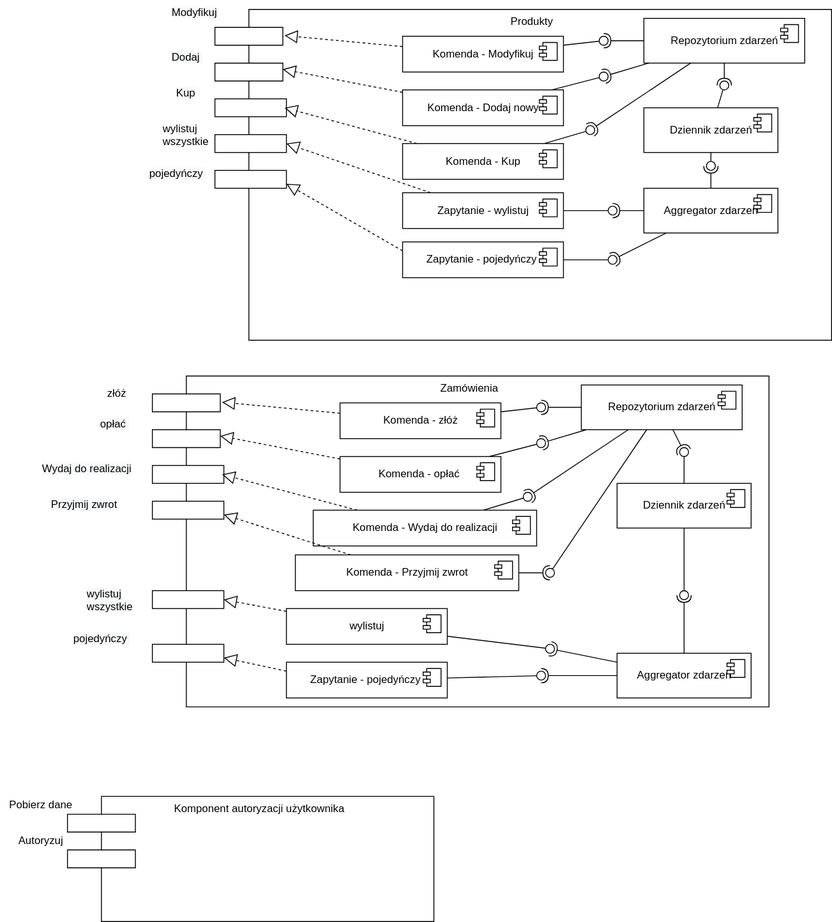
The draw.io diagram docs/pictures/DiagramKomponentow.svg in pixellos/agh.6.sr.to_node_1, before a commit. Source tidied: cells renumbered, new cells last; positions are measured from the earlier drawing's top-left corner, leaving out a move shared by most shapes.
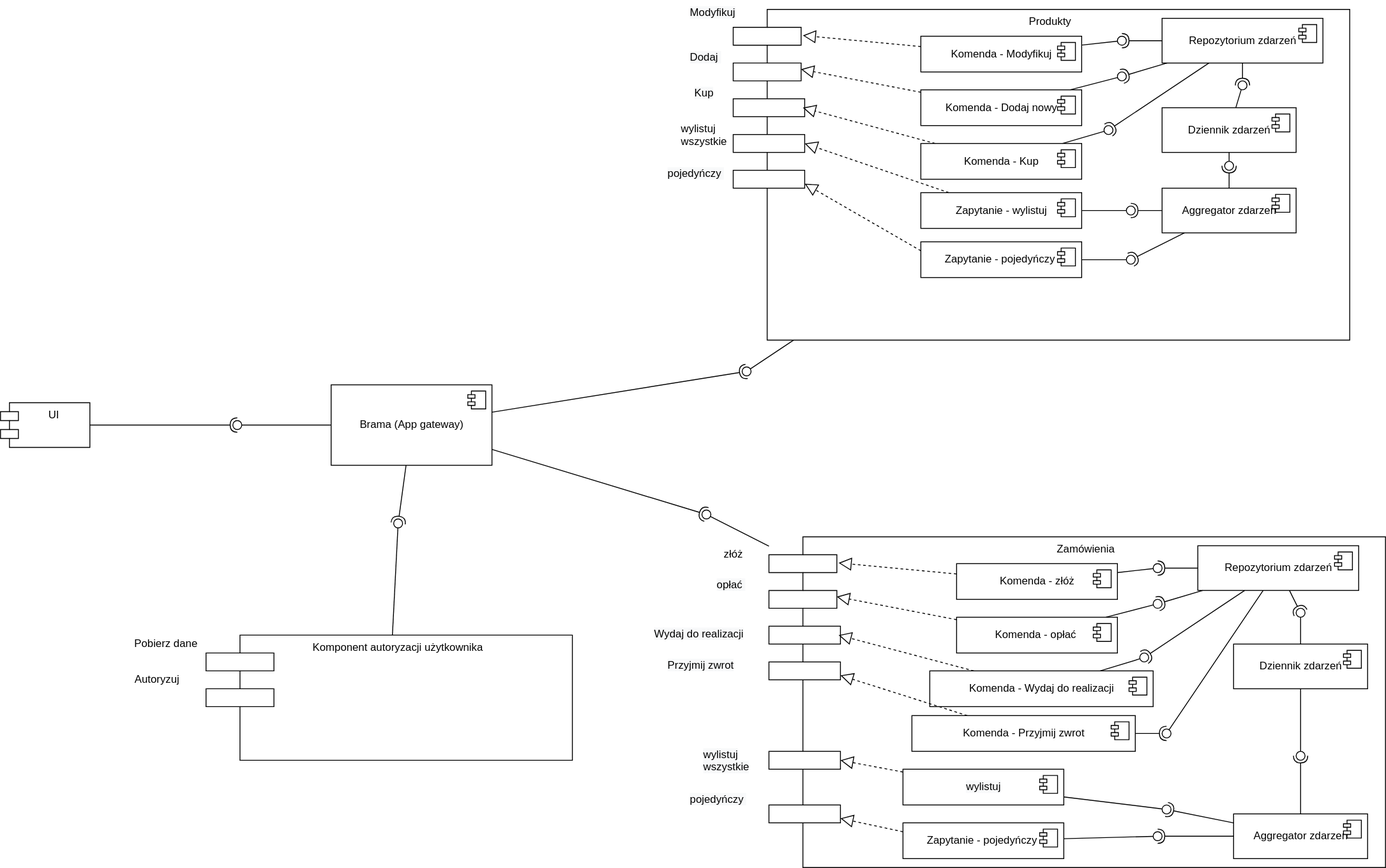
After the change.

Diff of the diagram source:
```diff
@@ -3,7 +3,7 @@
     <mxCell id="0" />
     <mxCell id="1" parent="0" />
     <mxCell id="2" value="Produkty" style="shape=module;align=left;spacingLeft=20;align=center;verticalAlign=top;jettyWidth=76;jettyHeight=20;" parent="1" vertex="1">
-      <mxGeometry x="240" y="10" width="690" height="370" as="geometry" />
+      <mxGeometry x="130" y="-170" width="690" height="370" as="geometry" />
     </mxCell>
     <mxCell id="3" style="rounded=0;whiteSpace=wrap;html=1;" parent="1" vertex="1">
       <mxGeometry x="460" y="630" width="70" height="30" as="geometry" />
@@ -12,7 +12,7 @@
       <mxGeometry x="460" y="690" width="70" height="30" as="geometry" />
     </mxCell>
     <mxCell id="5" value="Dziennik&amp;nbsp;zdarzeń" style="html=1;" parent="1" vertex="1">
-      <mxGeometry x="720" y="120" width="150" height="50" as="geometry" />
+      <mxGeometry x="610" y="-60" width="150" height="50" as="geometry" />
     </mxCell>
     <mxCell id="6" style="shape=module;jettyWidth=8;jettyHeight=4;" parent="5" vertex="1">
       <mxGeometry x="1" width="20" height="20" relative="1" as="geometry">
@@ -20,7 +20,7 @@
       </mxGeometry>
     </mxCell>
     <mxCell id="7" value="Aggregator zdarzeń" style="html=1;" parent="1" vertex="1">
-      <mxGeometry x="720" y="210" width="150" height="50" as="geometry" />
+      <mxGeometry x="610" y="30" width="150" height="50" as="geometry" />
     </mxCell>
     <mxCell id="8" style="shape=module;jettyWidth=8;jettyHeight=4;" parent="7" vertex="1">
       <mxGeometry x="1" width="20" height="20" relative="1" as="geometry">
@@ -34,10 +34,10 @@
       <mxGeometry relative="1" as="geometry" />
     </mxCell>
     <mxCell id="11" style="ellipse;whiteSpace=wrap;html=1;fontFamily=Helvetica;fontSize=12;fontColor=#000000;align=center;strokeColor=#000000;fillColor=#ffffff;points=[];" parent="1" vertex="1">
-      <mxGeometry x="790" y="180" width="10" height="10" as="geometry" />
+      <mxGeometry x="680" width="10" height="10" as="geometry" />
     </mxCell>
     <mxCell id="12" value="Repozytorium zdarzeń" style="html=1;" parent="1" vertex="1">
-      <mxGeometry x="720" y="20" width="180" height="50" as="geometry" />
+      <mxGeometry x="610" y="-160" width="180" height="50" as="geometry" />
     </mxCell>
     <mxCell id="13" style="shape=module;jettyWidth=8;jettyHeight=4;" parent="12" vertex="1">
       <mxGeometry x="1" width="20" height="20" relative="1" as="geometry">
@@ -51,10 +51,10 @@
       <mxGeometry relative="1" as="geometry" />
     </mxCell>
     <mxCell id="16" style="ellipse;whiteSpace=wrap;html=1;fontFamily=Helvetica;fontSize=12;fontColor=#000000;align=center;strokeColor=#000000;fillColor=#ffffff;points=[];" parent="1" vertex="1">
-      <mxGeometry x="805" y="90" width="10" height="10" as="geometry" />
+      <mxGeometry x="695" y="-90" width="10" height="10" as="geometry" />
     </mxCell>
     <mxCell id="17" value="Komenda - Dodaj nowy" style="html=1;" parent="1" vertex="1">
-      <mxGeometry x="450" y="100" width="180" height="40" as="geometry" />
+      <mxGeometry x="340" y="-80" width="180" height="40" as="geometry" />
     </mxCell>
     <mxCell id="18" style="shape=module;jettyWidth=8;jettyHeight=4;" parent="17" vertex="1">
       <mxGeometry x="1" width="20" height="20" relative="1" as="geometry">
@@ -62,7 +62,7 @@
       </mxGeometry>
     </mxCell>
     <mxCell id="19" value="Komenda - Modyfikuj" style="html=1;" parent="1" vertex="1">
-      <mxGeometry x="450" y="40" width="180" height="40" as="geometry" />
+      <mxGeometry x="340" y="-140" width="180" height="40" as="geometry" />
     </mxCell>
     <mxCell id="20" style="shape=module;jettyWidth=8;jettyHeight=4;" parent="19" vertex="1">
       <mxGeometry x="1" width="20" height="20" relative="1" as="geometry">
@@ -70,7 +70,7 @@
       </mxGeometry>
     </mxCell>
     <mxCell id="21" value="Komenda - Kup" style="html=1;" parent="1" vertex="1">
-      <mxGeometry x="450" y="160" width="180" height="40" as="geometry" />
+      <mxGeometry x="340" y="-20" width="180" height="40" as="geometry" />
     </mxCell>
     <mxCell id="22" style="shape=module;jettyWidth=8;jettyHeight=4;" parent="21" vertex="1">
       <mxGeometry x="1" width="20" height="20" relative="1" as="geometry">
@@ -78,7 +78,7 @@
       </mxGeometry>
     </mxCell>
     <mxCell id="23" value="Zapytanie - wylistuj" style="html=1;" parent="1" vertex="1">
-      <mxGeometry x="450" y="215" width="180" height="40" as="geometry" />
+      <mxGeometry x="340" y="35" width="180" height="40" as="geometry" />
     </mxCell>
     <mxCell id="24" style="shape=module;jettyWidth=8;jettyHeight=4;" parent="23" vertex="1">
       <mxGeometry x="1" width="20" height="20" relative="1" as="geometry">
@@ -86,7 +86,7 @@
       </mxGeometry>
     </mxCell>
     <mxCell id="25" value="Zapytanie - pojedyńczy&amp;nbsp;" style="html=1;" parent="1" vertex="1">
-      <mxGeometry x="450" y="270" width="180" height="40" as="geometry" />
+      <mxGeometry x="340" y="90" width="180" height="40" as="geometry" />
     </mxCell>
     <mxCell id="26" style="shape=module;jettyWidth=8;jettyHeight=4;" parent="25" vertex="1">
       <mxGeometry x="1" width="20" height="20" relative="1" as="geometry">
@@ -100,7 +100,7 @@
       <mxGeometry relative="1" as="geometry" />
     </mxCell>
     <mxCell id="29" style="ellipse;whiteSpace=wrap;html=1;fontFamily=Helvetica;fontSize=12;fontColor=#000000;align=center;strokeColor=#000000;fillColor=#ffffff;points=[];" parent="1" vertex="1">
-      <mxGeometry x="670" y="40" width="10" height="10" as="geometry" />
+      <mxGeometry x="560" y="-140" width="10" height="10" as="geometry" />
     </mxCell>
     <mxCell id="30" style="rounded=0;jettySize=auto;html=1;endArrow=none;endFill=0;" parent="1" edge="1" source="17" target="32">
       <mxGeometry relative="1" as="geometry" />
@@ -109,7 +109,7 @@
       <mxGeometry relative="1" as="geometry" />
     </mxCell>
     <mxCell id="32" style="ellipse;whiteSpace=wrap;html=1;fontFamily=Helvetica;fontSize=12;fontColor=#000000;align=center;strokeColor=#000000;fillColor=#ffffff;points=[];" parent="1" vertex="1">
-      <mxGeometry x="670" y="80" width="10" height="10" as="geometry" />
+      <mxGeometry x="560" y="-100" width="10" height="10" as="geometry" />
     </mxCell>
     <mxCell id="33" style="rounded=0;jettySize=auto;html=1;endArrow=none;endFill=0;" parent="1" edge="1" source="21" target="35">
       <mxGeometry relative="1" as="geometry" />
@@ -118,7 +118,7 @@
       <mxGeometry relative="1" as="geometry" />
     </mxCell>
     <mxCell id="35" style="ellipse;whiteSpace=wrap;html=1;fontFamily=Helvetica;fontSize=12;fontColor=#000000;align=center;strokeColor=#000000;fillColor=#ffffff;points=[];" parent="1" vertex="1">
-      <mxGeometry x="655" y="140" width="10" height="10" as="geometry" />
+      <mxGeometry x="545" y="-40" width="10" height="10" as="geometry" />
     </mxCell>
     <mxCell id="36" style="rounded=0;jettySize=auto;html=1;endArrow=none;endFill=0;" parent="1" edge="1" source="23" target="38">
       <mxGeometry relative="1" as="geometry" />
@@ -127,7 +127,7 @@
       <mxGeometry relative="1" as="geometry" />
     </mxCell>
     <mxCell id="38" style="ellipse;whiteSpace=wrap;html=1;fontFamily=Helvetica;fontSize=12;fontColor=#000000;align=center;strokeColor=#000000;fillColor=#ffffff;points=[];" parent="1" vertex="1">
-      <mxGeometry x="680" y="230" width="10" height="10" as="geometry" />
+      <mxGeometry x="570" y="50" width="10" height="10" as="geometry" />
     </mxCell>
     <mxCell id="39" style="rounded=0;jettySize=auto;html=1;endArrow=none;endFill=0;" parent="1" edge="1" source="25" target="41">
       <mxGeometry relative="1" as="geometry" />
@@ -136,16 +136,16 @@
       <mxGeometry relative="1" as="geometry" />
     </mxCell>
     <mxCell id="41" style="ellipse;whiteSpace=wrap;html=1;fontFamily=Helvetica;fontSize=12;fontColor=#000000;align=center;strokeColor=#000000;fillColor=#ffffff;points=[];" parent="1" vertex="1">
-      <mxGeometry x="680" y="285" width="10" height="10" as="geometry" />
+      <mxGeometry x="570" y="105" width="10" height="10" as="geometry" />
     </mxCell>
     <mxCell id="42" style="rounded=0;whiteSpace=wrap;html=1;" parent="1" vertex="1">
-      <mxGeometry x="240" y="110" width="80" height="20" as="geometry" />
+      <mxGeometry x="130" y="-70" width="80" height="20" as="geometry" />
     </mxCell>
     <mxCell id="43" style="rounded=0;whiteSpace=wrap;html=1;" parent="1" vertex="1">
-      <mxGeometry x="240" y="150" width="80" height="20" as="geometry" />
+      <mxGeometry x="130" y="-30" width="80" height="20" as="geometry" />
     </mxCell>
     <mxCell id="44" style="rounded=0;whiteSpace=wrap;html=1;" parent="1" vertex="1">
-      <mxGeometry x="240" y="190" width="80" height="20" as="geometry" />
+      <mxGeometry x="130" y="10" width="80" height="20" as="geometry" />
     </mxCell>
     <mxCell id="45" style="endArrow=block;dashed=1;endFill=0;endSize=12;html=1;entryX=0.113;entryY=0.079;entryDx=0;entryDy=0;entryPerimeter=0;" parent="1" edge="1" source="19" target="2">
       <mxGeometry relative="1" as="geometry" />
@@ -155,7 +155,7 @@
     </mxCell>
     <mxCell id="47" style="endArrow=block;dashed=1;endFill=0;endSize=12;html=1;entryX=0.113;entryY=0.079;entryDx=0;entryDy=0;entryPerimeter=0;" parent="1" edge="1" source="21">
       <mxGeometry relative="1" as="geometry">
-        <mxPoint x="318" y="120" as="targetPoint" />
+        <mxPoint x="208" y="-60" as="targetPoint" />
       </mxGeometry>
     </mxCell>
     <mxCell id="48" style="endArrow=block;dashed=1;endFill=0;endSize=12;html=1;entryX=1;entryY=0.5;entryDx=0;entryDy=0;" parent="1" edge="1" source="23" target="43">
@@ -344,28 +344,28 @@
       <mxGeometry x="610" y="635" width="10" height="10" as="geometry" />
     </mxCell>
     <mxCell id="103" value="&lt;span style=&quot;color: rgb(0, 0, 0); font-family: helvetica; font-size: 12px; font-style: normal; font-weight: 400; letter-spacing: normal; text-align: center; text-indent: 0px; text-transform: none; word-spacing: 0px; background-color: rgb(248, 249, 250); display: inline; float: none;&quot;&gt;Modyfikuj&lt;/span&gt;" style="text;whiteSpace=wrap;html=1;" parent="1" vertex="1">
-      <mxGeometry x="190" width="80" height="30" as="geometry" />
+      <mxGeometry x="80" y="-180" width="80" height="30" as="geometry" />
     </mxCell>
     <mxCell id="104" value="&lt;span style=&quot;color: rgb(0, 0, 0); font-family: helvetica; font-size: 12px; font-style: normal; font-weight: 400; letter-spacing: normal; text-align: center; text-indent: 0px; text-transform: none; word-spacing: 0px; background-color: rgb(248, 249, 250); display: inline; float: none;&quot;&gt;Dodaj&lt;span&gt;&amp;nbsp;&lt;/span&gt;&lt;/span&gt;" style="text;whiteSpace=wrap;html=1;" parent="1" vertex="1">
-      <mxGeometry x="190" y="50" width="60" height="30" as="geometry" />
+      <mxGeometry x="80" y="-130" width="60" height="30" as="geometry" />
     </mxCell>
     <mxCell id="105" value="&lt;span style=&quot;color: rgb(0, 0, 0); font-family: helvetica; font-size: 12px; font-style: normal; font-weight: 400; letter-spacing: normal; text-align: center; text-indent: 0px; text-transform: none; word-spacing: 0px; background-color: rgb(248, 249, 250); display: inline; float: none;&quot;&gt;Kup&lt;/span&gt;" style="text;whiteSpace=wrap;html=1;" parent="1" vertex="1">
-      <mxGeometry x="195" y="90" width="50" height="30" as="geometry" />
+      <mxGeometry x="85" y="-90" width="50" height="30" as="geometry" />
     </mxCell>
     <mxCell id="106" value="&lt;span style=&quot;font-family: &amp;#34;helvetica&amp;#34; ; text-align: center&quot;&gt;wylistuj wszystkie&lt;/span&gt;" style="text;whiteSpace=wrap;html=1;" parent="1" vertex="1">
-      <mxGeometry x="180" y="130" width="60" height="30" as="geometry" />
+      <mxGeometry x="70" y="-50" width="60" height="30" as="geometry" />
     </mxCell>
     <mxCell id="107" value="&lt;span style=&quot;color: rgb(0, 0, 0); font-family: helvetica; font-size: 12px; font-style: normal; font-weight: 400; letter-spacing: normal; text-align: center; text-indent: 0px; text-transform: none; word-spacing: 0px; background-color: rgb(248, 249, 250); display: inline; float: none;&quot;&gt;pojedyńczy&amp;nbsp;&lt;/span&gt;" style="text;whiteSpace=wrap;html=1;" parent="1" vertex="1">
-      <mxGeometry x="165" y="180" width="90" height="30" as="geometry" />
+      <mxGeometry x="55" width="90" height="30" as="geometry" />
     </mxCell>
     <mxCell id="108" value="Komponent autoryzacji użytkownika" style="shape=module;align=left;spacingLeft=20;align=center;verticalAlign=top;jettyWidth=76;jettyHeight=20;" parent="1" vertex="1">
-      <mxGeometry x="75" y="890" width="410" height="140" as="geometry" />
+      <mxGeometry x="-460" y="530" width="410" height="140" as="geometry" />
     </mxCell>
     <mxCell id="109" value="Autoryzuj" style="text;html=1;align=center;verticalAlign=middle;" parent="1" vertex="1">
-      <mxGeometry x="10" y="930" width="70" height="20" as="geometry" />
+      <mxGeometry x="-550" y="570" width="70" height="20" as="geometry" />
     </mxCell>
     <mxCell id="110" value="Pobierz dane" style="text;html=1;align=center;verticalAlign=middle;" parent="1" vertex="1">
-      <mxGeometry y="890" width="90" height="20" as="geometry" />
+      <mxGeometry x="-550" y="530" width="90" height="20" as="geometry" />
     </mxCell>
     <mxCell id="111" value="złóż" style="text;html=1;align=center;verticalAlign=middle;" parent="1" vertex="1">
       <mxGeometry x="110" y="430" width="40" height="20" as="geometry" />
@@ -374,7 +374,7 @@
       <mxGeometry x="110" y="460" width="60" height="30" as="geometry" />
     </mxCell>
     <mxCell id="113" value="&lt;span style=&quot;color: rgb(0 , 0 , 0) ; font-family: &amp;#34;helvetica&amp;#34; ; font-size: 12px ; font-style: normal ; font-weight: 400 ; letter-spacing: normal ; text-align: center ; text-indent: 0px ; text-transform: none ; word-spacing: 0px ; background-color: rgb(248 , 249 , 250) ; display: inline ; float: none&quot;&gt;Wydaj do realizacji&lt;/span&gt;" style="text;whiteSpace=wrap;html=1;" parent="1" vertex="1">
-      <mxGeometry x="45" y="510" width="120" height="30" as="geometry" />
+      <mxGeometry x="40" y="515" width="120" height="30" as="geometry" />
     </mxCell>
     <mxCell id="114" value="&lt;span style=&quot;color: rgb(0, 0, 0); font-family: helvetica; font-size: 12px; font-style: normal; font-weight: 400; letter-spacing: normal; text-align: center; text-indent: 0px; text-transform: none; word-spacing: 0px; background-color: rgb(248, 249, 250); display: inline; float: none;&quot;&gt;Przyjmij zwrot&lt;/span&gt;" style="text;whiteSpace=wrap;html=1;" parent="1" vertex="1">
       <mxGeometry x="55" y="550" width="100" height="30" as="geometry" />
@@ -385,5 +385,52 @@
     <mxCell id="116" value="&lt;span style=&quot;color: rgb(0, 0, 0); font-family: helvetica; font-size: 12px; font-style: normal; font-weight: 400; letter-spacing: normal; text-align: center; text-indent: 0px; text-transform: none; word-spacing: 0px; background-color: rgb(248, 249, 250); display: inline; float: none;&quot;&gt;pojedyńczy&amp;nbsp;&lt;/span&gt;" style="text;whiteSpace=wrap;html=1;" parent="1" vertex="1">
       <mxGeometry x="80" y="700" width="90" height="30" as="geometry" />
     </mxCell>
+    <mxCell id="117" value="UI" style="shape=module;align=left;spacingLeft=20;align=center;verticalAlign=top;" parent="1" vertex="1">
+      <mxGeometry x="-690" y="270" width="100" height="50" as="geometry" />
+    </mxCell>
+    <mxCell id="118" value="Brama (App gateway)" style="html=1;" parent="1" vertex="1">
+      <mxGeometry x="-320" y="250" width="180" height="90" as="geometry" />
+    </mxCell>
+    <mxCell id="119" style="shape=module;jettyWidth=8;jettyHeight=4;" parent="118" vertex="1">
+      <mxGeometry x="1" width="20" height="20" relative="1" as="geometry">
+        <mxPoint x="-27" y="7" as="offset" />
+      </mxGeometry>
+    </mxCell>
+    <mxCell id="120" style="rounded=0;jettySize=auto;html=1;endArrow=none;endFill=0;" parent="1" edge="1" source="118" target="122">
+      <mxGeometry relative="1" as="geometry" />
+    </mxCell>
+    <mxCell id="121" style="rounded=0;jettySize=auto;html=1;endArrow=halfCircle;endFill=0;entryX=0.5;entryY=0.5;entryDx=0;entryDy=0;endSize=6;strokeWidth=1;" parent="1" edge="1" source="117" target="122">
+      <mxGeometry relative="1" as="geometry" />
+    </mxCell>
+    <mxCell id="122" style="ellipse;whiteSpace=wrap;html=1;fontFamily=Helvetica;fontSize=12;fontColor=#000000;align=center;strokeColor=#000000;fillColor=#ffffff;points=[];" parent="1" vertex="1">
+      <mxGeometry x="-430" y="290" width="10" height="10" as="geometry" />
+    </mxCell>
+    <mxCell id="123" style="rounded=0;jettySize=auto;html=1;endArrow=none;endFill=0;" parent="1" edge="1" source="108" target="125">
+      <mxGeometry relative="1" as="geometry" />
+    </mxCell>
+    <mxCell id="124" style="rounded=0;jettySize=auto;html=1;endArrow=halfCircle;endFill=0;entryX=0.5;entryY=0.5;entryDx=0;entryDy=0;endSize=6;strokeWidth=1;" parent="1" edge="1" source="118" target="125">
+      <mxGeometry relative="1" as="geometry" />
+    </mxCell>
+    <mxCell id="125" style="ellipse;whiteSpace=wrap;html=1;fontFamily=Helvetica;fontSize=12;fontColor=#000000;align=center;strokeColor=#000000;fillColor=#ffffff;points=[];" parent="1" vertex="1">
+      <mxGeometry x="-250" y="400" width="10" height="10" as="geometry" />
+    </mxCell>
+    <mxCell id="126" style="rounded=0;jettySize=auto;html=1;endArrow=none;endFill=0;" parent="1" edge="1" source="50" target="128">
+      <mxGeometry relative="1" as="geometry" />
+    </mxCell>
+    <mxCell id="127" style="rounded=0;jettySize=auto;html=1;endArrow=halfCircle;endFill=0;entryX=0.5;entryY=0.5;entryDx=0;entryDy=0;endSize=6;strokeWidth=1;" parent="1" edge="1" source="118" target="128">
+      <mxGeometry relative="1" as="geometry" />
+    </mxCell>
+    <mxCell id="128" style="ellipse;whiteSpace=wrap;html=1;fontFamily=Helvetica;fontSize=12;fontColor=#000000;align=center;strokeColor=#000000;fillColor=#ffffff;points=[];" parent="1" vertex="1">
+      <mxGeometry x="95" y="390" width="10" height="10" as="geometry" />
+    </mxCell>
+    <mxCell id="129" style="rounded=0;jettySize=auto;html=1;endArrow=none;endFill=0;" parent="1" edge="1" source="2" target="131">
+      <mxGeometry relative="1" as="geometry" />
+    </mxCell>
+    <mxCell id="130" style="rounded=0;jettySize=auto;html=1;endArrow=halfCircle;endFill=0;entryX=0.5;entryY=0.5;entryDx=0;entryDy=0;endSize=6;strokeWidth=1;" parent="1" edge="1" source="118" target="131">
+      <mxGeometry relative="1" as="geometry" />
+    </mxCell>
+    <mxCell id="131" style="ellipse;whiteSpace=wrap;html=1;fontFamily=Helvetica;fontSize=12;fontColor=#000000;align=center;strokeColor=#000000;fillColor=#ffffff;points=[];" parent="1" vertex="1">
+      <mxGeometry x="140" y="230" width="10" height="10" as="geometry" />
+    </mxCell>
   </root>
 </mxGraphModel>
```
